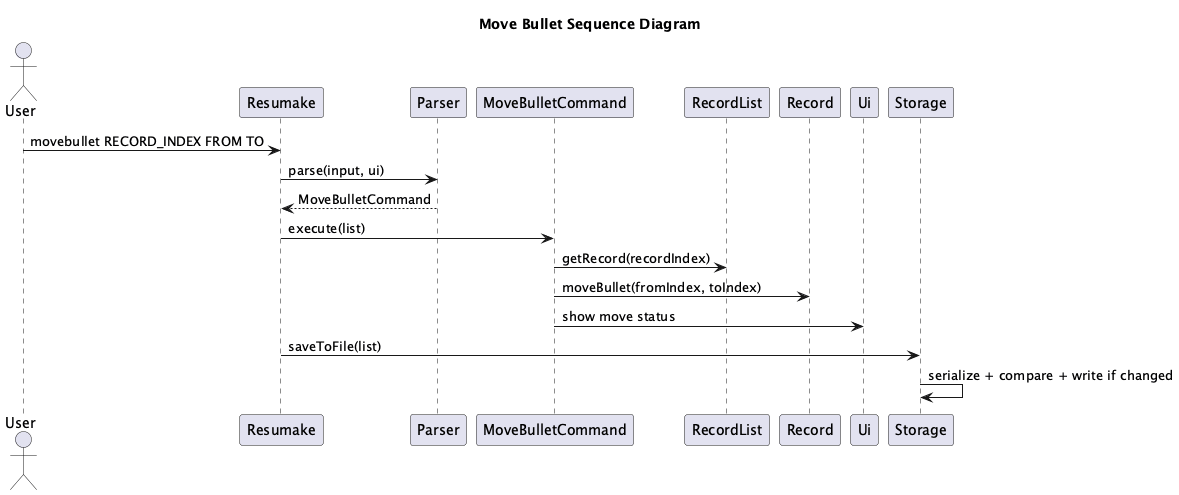
Above: docs/images/MoveBulletSequenceDiagram.png in AY2526S2-CS2113-F09-2/tp (PlantUML), before the change. The source it was exported from:
```plantuml
@startuml
!pragma layout smetana

title Move Bullet Sequence Diagram

actor User
participant Resumake
participant Parser
participant MoveBulletCommand
participant RecordList
participant Record
participant Ui
participant Storage

User -> Resumake: movebullet RECORD_INDEX FROM TO
Resumake -> Parser: parse(input, ui)
Parser --> Resumake: MoveBulletCommand
Resumake -> MoveBulletCommand: execute(list)
MoveBulletCommand -> RecordList: getRecord(recordIndex)
MoveBulletCommand -> Record: moveBullet(fromIndex, toIndex)
MoveBulletCommand -> Ui: show move status
Resumake -> Storage: saveToFile(list)
Storage -> Storage: serialize + compare + write if changed
@enduml
```
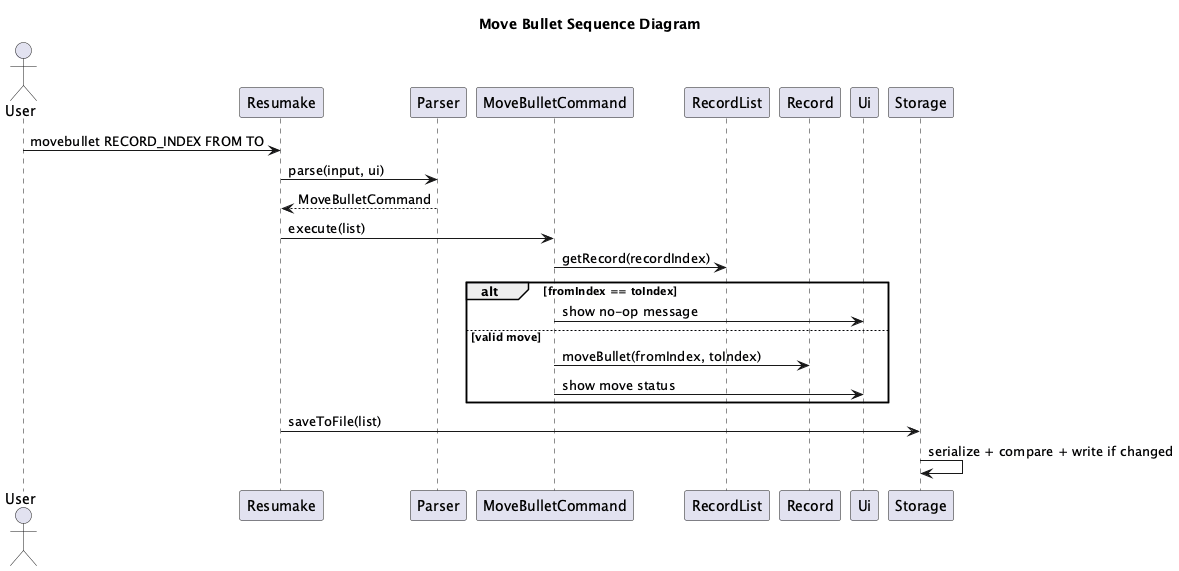
The same file after the commit.

What changed in the source:
```diff
@@ -17,8 +17,12 @@
 Parser --> Resumake: MoveBulletCommand
 Resumake -> MoveBulletCommand: execute(list)
 MoveBulletCommand -> RecordList: getRecord(recordIndex)
-MoveBulletCommand -> Record: moveBullet(fromIndex, toIndex)
-MoveBulletCommand -> Ui: show move status
+alt fromIndex == toIndex
+  MoveBulletCommand -> Ui: show no-op message
+else valid move
+  MoveBulletCommand -> Record: moveBullet(fromIndex, toIndex)
+  MoveBulletCommand -> Ui: show move status
+end
 Resumake -> Storage: saveToFile(list)
 Storage -> Storage: serialize + compare + write if changed
 @enduml
```
